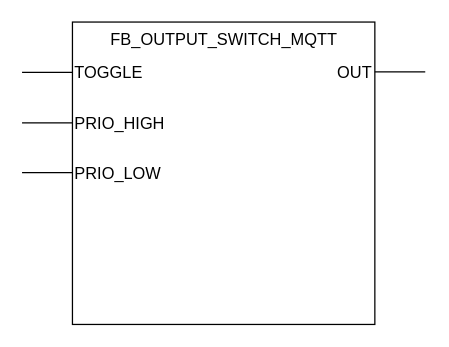
Above: docs/_drawio/FB_OUTPUT_BINARY_MQTT.drawio in MichielVanwelsenaere/HomeAutomation.CoDeSys3 (draw.io), before the change. Source tidied: cells renumbered, new cells numbered last; positions are measured from the earlier drawing's top-left corner, leaving out a move shared by most shapes. Both pictures are drawn from the tidied source at 126%, with x=0, y=0 at pixel (21, 21).
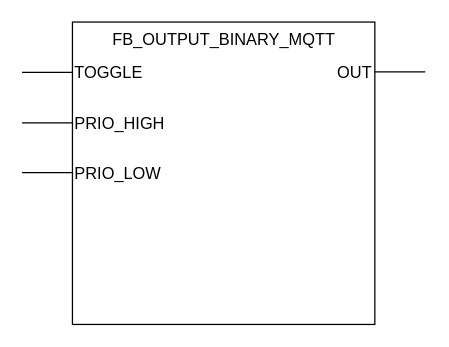
Above is the later version.

The edit, as a diff of the source:
```diff
@@
-    <mxCell id="3" value="&lt;div&gt;&lt;span&gt;FB_OUTPUT_SWITCH_MQTT&lt;/span&gt;&lt;/div&gt;" style="text;html=1;align=center;fontSize=13;" parent="1" vertex="1">
+    <mxCell id="3" value="&lt;div&gt;&lt;span&gt;FB_OUTPUT_BINARY_MQTT&lt;/span&gt;&lt;/div&gt;" style="text;html=1;align=center;fontSize=13;" parent="1" vertex="1">
       <mxGeometry x="55" width="210" height="30" as="geometry" />
     </mxCell>
```
